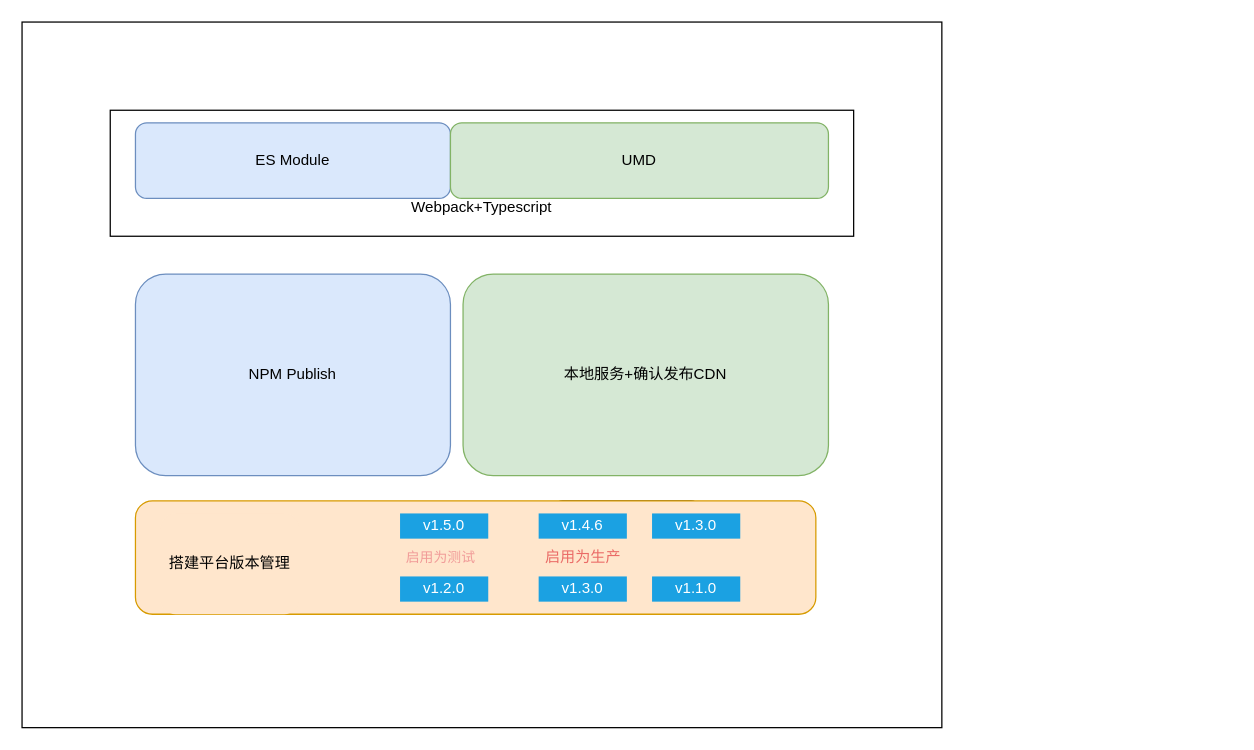
This is 物料流转.drawio from Hzy0913/hanlibrary, a draw.io file, before an edit. Source tidied: cells renumbered, new cells numbered last; positions are measured from the earlier drawing's top-left corner, leaving out a move shared by most shapes. Both pictures are drawn from the tidied source at 126%, with x=0, y=0 at pixel (21, 21).
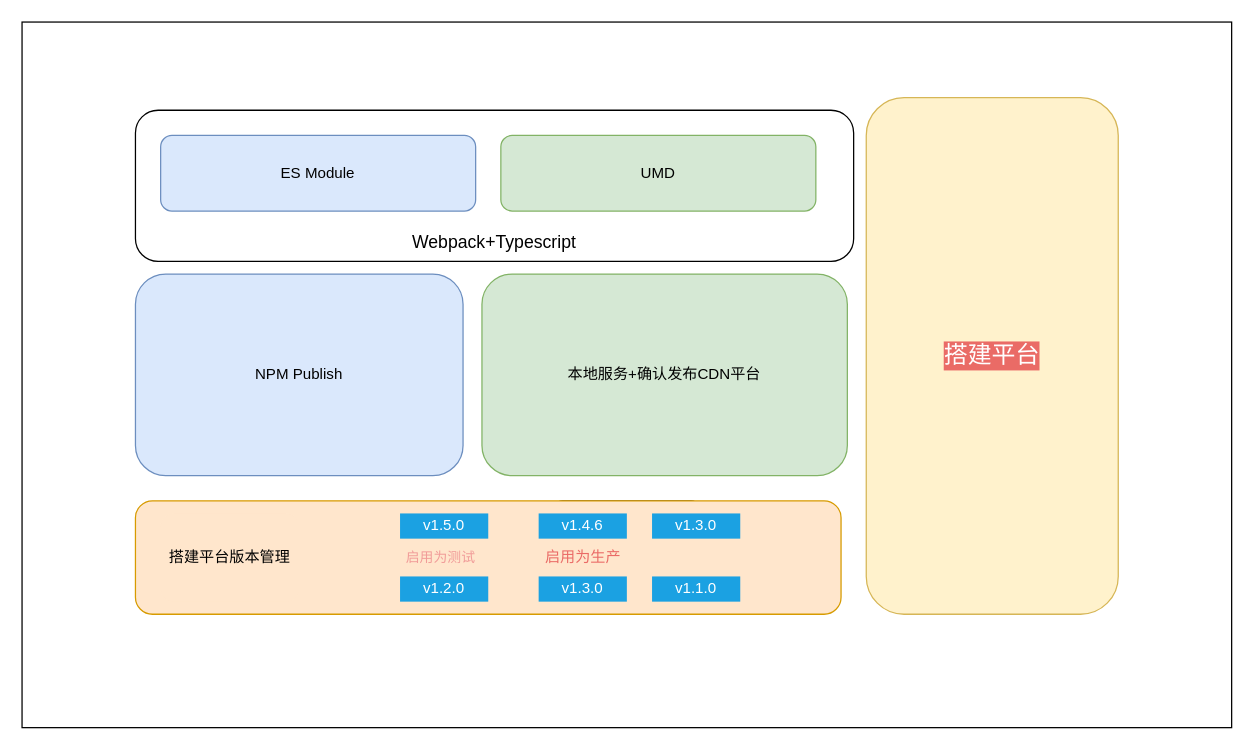
After the change.

Commit message (it also covers changes not shown here):
更新物料流转.drawio

Diff of the diagram source:
```diff
@@
     <mxCell id="2" style="rounded=0;whiteSpace=wrap;html=1;strokeColor=default;" parent="1" vertex="1">
-      <mxGeometry width="730" height="560" as="geometry" />
+      <mxGeometry width="960" height="560" as="geometry" />
     </mxCell>
-    <mxCell id="3" value="&lt;p style=&quot;line-height: 2.2;&quot;&gt;&lt;br&gt;&lt;br&gt;Webpack+Typescript&lt;/p&gt;" style="rounded=0;whiteSpace=wrap;html=1;" parent="1" vertex="1">
-      <mxGeometry x="70" y="70" width="590" height="100" as="geometry" />
+    <mxCell id="3" value="&lt;p style=&quot;line-height: 3.2; font-size: 14px;&quot;&gt;&lt;br&gt;&lt;br&gt;Webpack+Typescript&lt;/p&gt;" style="rounded=1;whiteSpace=wrap;html=1;" parent="1" vertex="1">
+      <mxGeometry x="90" y="70" width="570" height="120" as="geometry" />
     </mxCell>
     <mxCell id="4" style="group;" parent="1" vertex="1">
-      <mxGeometry x="90" y="80" width="550" height="60" as="geometry" />
+      <mxGeometry x="110" y="90" width="550" height="60" as="geometry" />
     </mxCell>
@@
     <mxCell id="6" value="UMD" style="rounded=1;whiteSpace=wrap;html=1;fillColor=#d5e8d4;strokeColor=#82b366;" parent="4" vertex="1">
-      <mxGeometry x="250" width="300" height="60" as="geometry" />
+      <mxGeometry x="270" width="250" height="60" as="geometry" />
     </mxCell>
     <mxCell id="7" value="NPM Publish" style="rounded=1;whiteSpace=wrap;html=1;fillColor=#dae8fc;strokeColor=#6c8ebf;" parent="1" vertex="1">
-      <mxGeometry x="90" y="200" width="250" height="160" as="geometry" />
+      <mxGeometry x="90" y="200" width="260" height="160" as="geometry" />
     </mxCell>
-    <mxCell id="8" value="本地服务+确认发布CDN" style="rounded=1;whiteSpace=wrap;html=1;fillColor=#d5e8d4;strokeColor=#82b366;" parent="1" vertex="1">
-      <mxGeometry x="350" y="200" width="290" height="160" as="geometry" />
+    <mxCell id="8" value="本地服务+确认发布CDN平台" style="rounded=1;whiteSpace=wrap;html=1;fillColor=#d5e8d4;strokeColor=#82b366;" parent="1" vertex="1">
+      <mxGeometry x="365" y="200" width="290" height="160" as="geometry" />
     </mxCell>
@@
     <mxCell id="10" style="rounded=1;whiteSpace=wrap;html=1;fillColor=#ffe6cc;strokeColor=#d79b00;" parent="1" vertex="1">
-      <mxGeometry x="90" y="380" width="540" height="90" as="geometry" />
+      <mxGeometry x="90" y="380" width="560" height="90" as="geometry" />
     </mxCell>
     <mxCell id="11" value="搭建平台版本管理" style="rounded=1;whiteSpace=wrap;html=1;fillColor=#ffe6cc;strokeColor=none;" parent="1" vertex="1">
-      <mxGeometry x="110" y="390" width="110" height="80" as="geometry" />
+      <mxGeometry x="110" y="390" width="110" height="70" as="geometry" />
     </mxCell>
@@
+    <mxCell id="20" value="&lt;font color=&quot;#ffffff&quot; style=&quot;font-size: 19px;&quot;&gt;搭建平台&lt;/font&gt;" style="rounded=1;whiteSpace=wrap;html=1;labelBackgroundColor=#EA6B66;strokeColor=#d6b656;fontSize=11;fillColor=#fff2cc;" parent="1" vertex="1">
+      <mxGeometry x="670" y="60" width="200" height="410" as="geometry" />
+    </mxCell>
```
